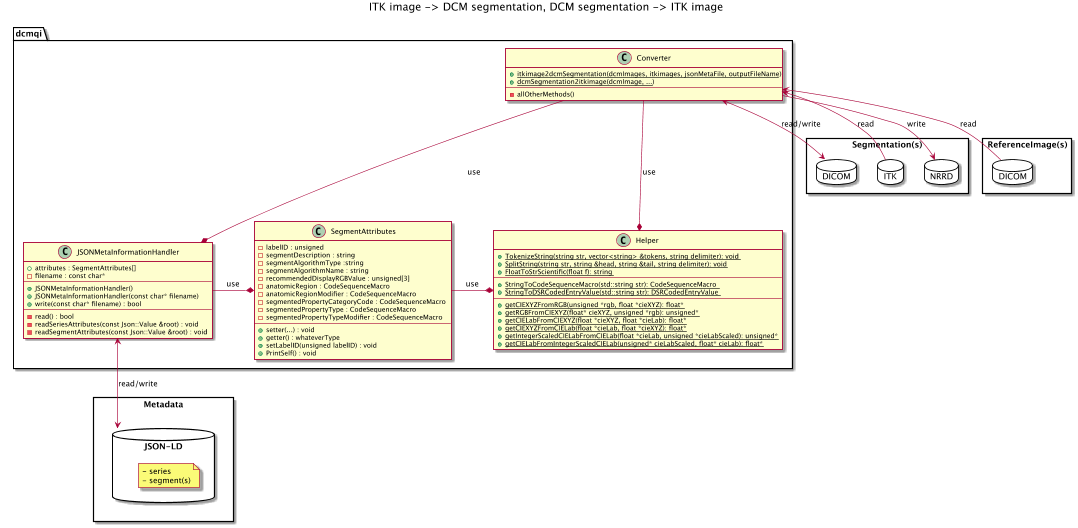
The PlantUML diagram Design/DICOMSegmentationConverter.png in QIICR/dcmqi, before a commit. Its diagram source:
```plantuml
@startuml

title ITK image -> DCM segmentation, DCM segmentation -> ITK image

package Metadata <<Rectangle>> {
    package JSON-LD as JSON <<Database>> {
        note as metaNote
          - series
          - segment(s)
        end note
    }
}

package Segmentation(s) <<Rectangle>>{
    package NRRD <<Database>> {
    }
    package ITK <<Database>> {
    }
    package DICOM <<Database>>{
    }
}

package ReferenceImage(s) as ReferenceImage <<Rectangle>> {
    package DICOM as DICOM1 <<Database>>{
    }
}

package dcmqi {

    Converter ---* JSONMetaInformationHandler: use
    Converter ---* Helper : use

    JSONMetaInformationHandler -* SegmentAttributes : use

    JSONMetaInformationHandler <-> JSON : read/write
    Converter <-> DICOM: read/write
    Converter <- DICOM1: read

    Converter <- ITK: read
    Converter -> NRRD: write

    SegmentAttributes -*  Helper : use
}

class Helper {
    + {static} TokenizeString(string str, vector<string> &tokens, string delimiter): void
    + {static} SplitString(string str, string &head, string &tail, string delimiter): void
    + {static} FloatToStrScientific(float f): string
---
    + {static} StringToCodeSequenceMacro(std::string str): CodeSequenceMacro
    + {static} StringToDSRCodedEntryValue(std::string str): DSRCodedEntryValue
---
    + {static} getCIEXYZFromRGB(unsigned *rgb, float *cieXYZ): float*
    + {static} getRGBFromCIEXYZ(float* cieXYZ, unsigned *rgb): unsigned*
    + {static} getCIELabFromCIEXYZ(float *cieXYZ, float *cieLab): float*
    + {static} getCIEXYZFromCIELab(float *cieLab, float *cieXYZ): float*
    + {static} getIntegerScaledCIELabFromCIELab(float *cieLab, unsigned *cieLabScaled): unsigned*
    + {static} getCIELabFromIntegerScaledCIELab(unsigned* cieLabScaled, float* cieLab): float*
}

class Converter {
    + {static} itkimage2dcmSegmentation(dcmImages, itkimages, jsonMetaFile, outputFileName)
    + {static} dcmSegmentation2itkimage(dcmImage, ...)
---
    - allOtherMethods()
}

class JSONMetaInformationHandler {
    + attributes : SegmentAttributes[]
    - filename : const char*
---
    + JSONMetaInformationHandler()
    + JSONMetaInformationHandler(const char* filename)
    + write(const char* filename) : bool
---
    - read() : bool
    - readSeriesAttributes(const Json::Value &root) : void
    - readSegmentAttributes(const Json::Value &root) : void
}

class SegmentAttributes {
    - labelID : unsigned
    - segmentDescription : string
    - segmentAlgorithmType :string
    - segmentAlgorithmName : string
    - recommendedDisplayRGBValue : unsigned[3]
    - anatomicRegion : CodeSequenceMacro
    - anatomicRegionModifier : CodeSequenceMacro
    - segmentedPropertyCategoryCode : CodeSequenceMacro
    - segmentedPropertyType : CodeSequenceMacro
    - segmentedPropertyTypeModifier : CodeSequenceMacro
---
    + setter(...) : void
    + getter() : whateverType
    + setLabelID(unsigned labelID) : void
    + PrintSelf() : void
}

@enduml
```
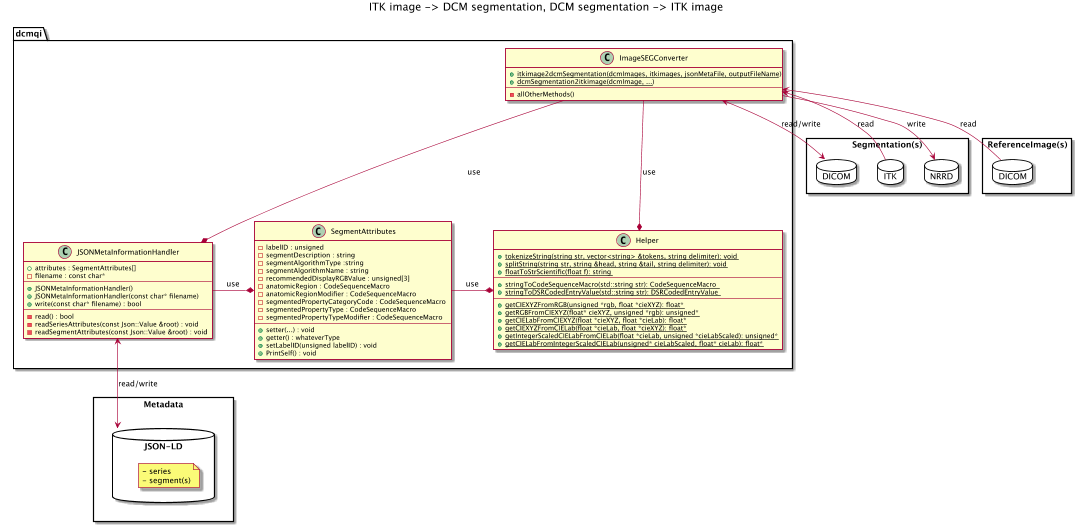
After the change.

Commit message:
ENH: Renamed Converter to ImageSEGConverter - methods starting with lowercase - updated design document

Diff of the diagram source:
```diff
@@ -27,28 +27,28 @@
 
 package dcmqi {
 
-    Converter ---* JSONMetaInformationHandler: use
-    Converter ---* Helper : use
+    ImageSEGConverter ---* JSONMetaInformationHandler: use
+    ImageSEGConverter ---* Helper : use
 
     JSONMetaInformationHandler -* SegmentAttributes : use
 
     JSONMetaInformationHandler <-> JSON : read/write
-    Converter <-> DICOM: read/write
-    Converter <- DICOM1: read
+    ImageSEGConverter <-> DICOM: read/write
+    ImageSEGConverter <- DICOM1: read
 
-    Converter <- ITK: read
-    Converter -> NRRD: write
+    ImageSEGConverter <- ITK: read
+    ImageSEGConverter -> NRRD: write
 
     SegmentAttributes -*  Helper : use
 }
 
 class Helper {
-    + {static} TokenizeString(string str, vector<string> &tokens, string delimiter): void
-    + {static} SplitString(string str, string &head, string &tail, string delimiter): void
-    + {static} FloatToStrScientific(float f): string
+    + {static} tokenizeString(string str, vector<string> &tokens, string delimiter): void
+    + {static} splitString(string str, string &head, string &tail, string delimiter): void
+    + {static} floatToStrScientific(float f): string
 ---
-    + {static} StringToCodeSequenceMacro(std::string str): CodeSequenceMacro
-    + {static} StringToDSRCodedEntryValue(std::string str): DSRCodedEntryValue
+    + {static} stringToCodeSequenceMacro(std::string str): CodeSequenceMacro
+    + {static} stringToDSRCodedEntryValue(std::string str): DSRCodedEntryValue
 ---
     + {static} getCIEXYZFromRGB(unsigned *rgb, float *cieXYZ): float*
     + {static} getRGBFromCIEXYZ(float* cieXYZ, unsigned *rgb): unsigned*
@@ -58,7 +58,7 @@
     + {static} getCIELabFromIntegerScaledCIELab(unsigned* cieLabScaled, float* cieLab): float*
 }
 
-class Converter {
+class ImageSEGConverter {
     + {static} itkimage2dcmSegmentation(dcmImages, itkimages, jsonMetaFile, outputFileName)
     + {static} dcmSegmentation2itkimage(dcmImage, ...)
 ---
```
